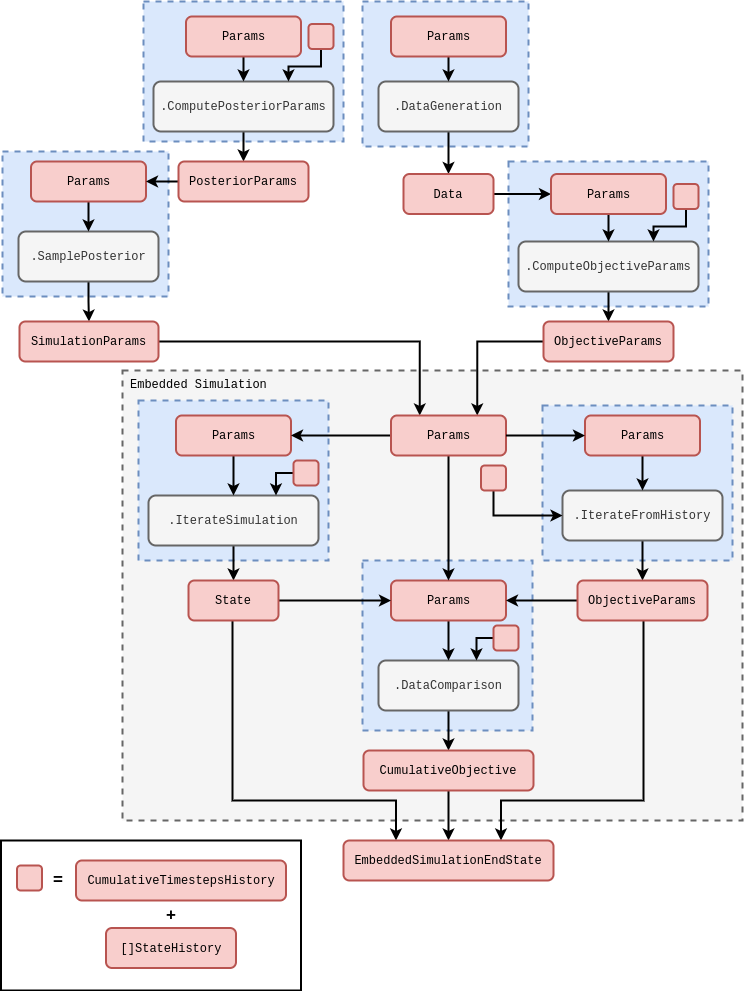
The draw.io diagram assets/stochadexIII/stochadexIII-simulation-inference-code.drawio.png in umbralcalc/umbralcalc.github.io, before a commit. Source tidied: cells renumbered, new cells last; positions are measured from the earlier drawing's top-left corner, leaving out a move shared by most shapes.
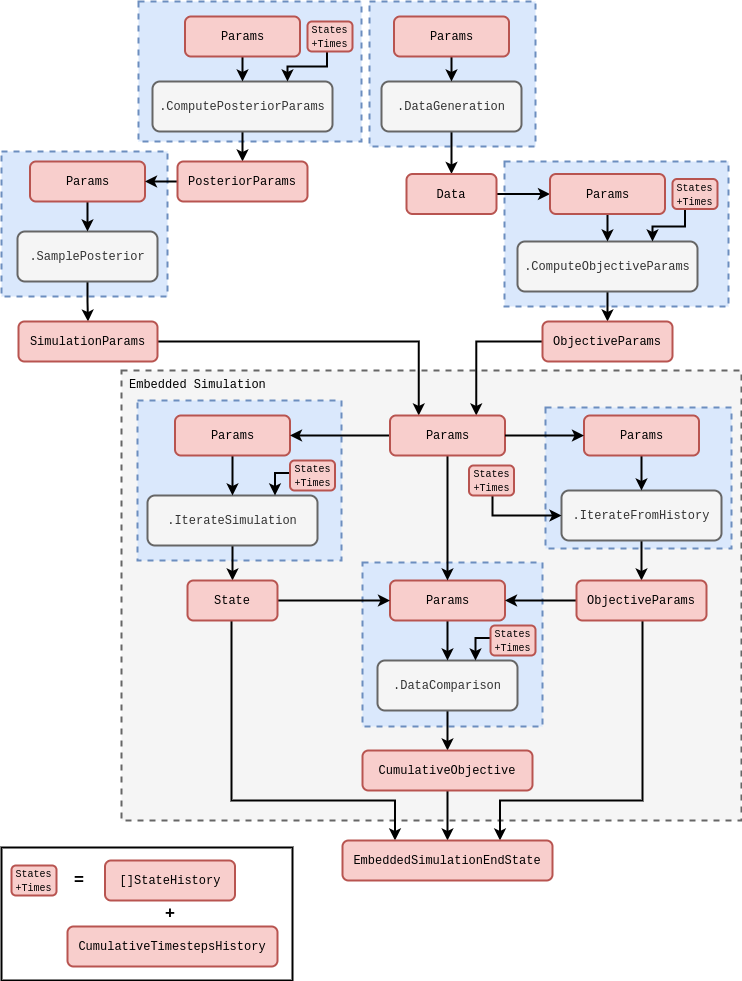
After the commit.

The edit, as a diff of the source:
```diff
@@ -6,31 +6,31 @@
       <mxGeometry x="122" y="369" width="620" height="450" as="geometry" />
     </mxCell>
     <mxCell id="3" style="rounded=0;whiteSpace=wrap;html=1;strokeWidth=2;" parent="1" vertex="1">
-      <mxGeometry x="0.5" y="839" width="300" height="150" as="geometry" />
+      <mxGeometry x="2" y="846" width="291" height="133" as="geometry" />
     </mxCell>
     <mxCell id="4" style="rounded=0;whiteSpace=wrap;html=1;dashed=1;strokeWidth=2;fillColor=#dae8fc;strokeColor=#6c8ebf;" parent="1" vertex="1">
-      <mxGeometry x="138" y="399" width="190" height="160" as="geometry" />
+      <mxGeometry x="138" y="399" width="204" height="160" as="geometry" />
     </mxCell>
     <mxCell id="5" style="rounded=0;whiteSpace=wrap;html=1;dashed=1;strokeWidth=2;fillColor=#dae8fc;strokeColor=#6c8ebf;" parent="1" vertex="1">
-      <mxGeometry x="362" width="166" height="145" as="geometry" />
+      <mxGeometry x="370" width="166" height="145" as="geometry" />
     </mxCell>
     <mxCell id="6" style="rounded=0;whiteSpace=wrap;html=1;dashed=1;strokeWidth=2;fillColor=#dae8fc;strokeColor=#6c8ebf;" parent="1" vertex="1">
-      <mxGeometry x="508" y="160" width="200" height="145" as="geometry" />
+      <mxGeometry x="505" y="160" width="224" height="145" as="geometry" />
     </mxCell>
     <mxCell id="7" style="rounded=0;whiteSpace=wrap;html=1;dashed=1;strokeWidth=2;fillColor=#dae8fc;strokeColor=#6c8ebf;" parent="1" vertex="1">
-      <mxGeometry x="362" y="559" width="170" height="170" as="geometry" />
+      <mxGeometry x="363" y="561" width="180" height="164" as="geometry" />
     </mxCell>
     <mxCell id="8" style="edgeStyle=orthogonalEdgeStyle;rounded=0;jettySize=auto;html=1;strokeWidth=2;" parent="1" edge="1" source="9" target="11">
       <mxGeometry relative="1" as="geometry" />
     </mxCell>
     <mxCell id="9" value="&lt;font face=&quot;Courier New&quot;&gt;.DataGeneration&lt;/font&gt;" style="rounded=1;whiteSpace=wrap;html=1;strokeWidth=2;fillColor=#f5f5f5;fontColor=#333333;strokeColor=#666666;" parent="1" vertex="1">
-      <mxGeometry x="378" y="80" width="140" height="50" as="geometry" />
+      <mxGeometry x="382" y="80" width="140" height="50" as="geometry" />
     </mxCell>
     <mxCell id="10" style="edgeStyle=orthogonalEdgeStyle;rounded=0;jettySize=auto;html=1;entryX=0;entryY=0.5;entryDx=0;entryDy=0;strokeWidth=2;" parent="1" edge="1" source="11" target="20">
       <mxGeometry relative="1" as="geometry" />
     </mxCell>
     <mxCell id="11" value="&lt;font face=&quot;Courier New&quot;&gt;Data&lt;/font&gt;" style="rounded=1;whiteSpace=wrap;html=1;strokeWidth=2;fillColor=#f8cecc;strokeColor=#b85450;" parent="1" vertex="1">
-      <mxGeometry x="403" y="172.5" width="90" height="40" as="geometry" />
+      <mxGeometry x="407" y="172.5" width="90" height="40" as="geometry" />
     </mxCell>
     <mxCell id="12" style="edgeStyle=orthogonalEdgeStyle;rounded=0;jettySize=auto;html=1;entryX=0.5;entryY=0;entryDx=0;entryDy=0;strokeWidth=2;" parent="1" edge="1" source="13" target="31">
       <mxGeometry relative="1" as="geometry" />
@@ -87,7 +87,7 @@
       <mxGeometry relative="1" as="geometry" />
     </mxCell>
     <mxCell id="27" value="&lt;font face=&quot;Courier New&quot;&gt;Params&lt;/font&gt;" style="rounded=1;whiteSpace=wrap;html=1;strokeWidth=2;fillColor=#f8cecc;strokeColor=#b85450;" parent="1" vertex="1">
-      <mxGeometry x="390.5" y="15" width="115" height="40" as="geometry" />
+      <mxGeometry x="394.5" y="15" width="115" height="40" as="geometry" />
     </mxCell>
     <mxCell id="28" style="edgeStyle=orthogonalEdgeStyle;rounded=0;jettySize=auto;html=1;strokeWidth=2;" parent="1" edge="1" source="29" target="22">
       <mxGeometry relative="1" as="geometry" />
@@ -104,27 +104,23 @@
     <mxCell id="32" value="&lt;font face=&quot;Courier New&quot;&gt;ObjectiveParams&lt;/font&gt;" style="rounded=1;whiteSpace=wrap;html=1;strokeWidth=2;fillColor=#f8cecc;strokeColor=#b85450;" parent="1" vertex="1">
       <mxGeometry x="543" y="320" width="130" height="40" as="geometry" />
     </mxCell>
-    <mxCell id="33" style="edgeStyle=orthogonalEdgeStyle;rounded=0;jettySize=auto;html=1;entryX=0.75;entryY=0;entryDx=0;entryDy=0;strokeWidth=2;exitX=0;exitY=0.5;exitDx=0;exitDy=0;" parent="1" edge="1" source="34" target="22">
+    <mxCell id="33" style="edgeStyle=orthogonalEdgeStyle;rounded=0;jettySize=auto;html=1;entryX=0.75;entryY=0;entryDx=0;entryDy=0;strokeWidth=2;exitX=0;exitY=0.5;exitDx=0;exitDy=0;" parent="1" edge="1" target="22">
       <mxGeometry relative="1" as="geometry">
+        <mxPoint x="293" y="471.5" as="sourcePoint" />
         <Array as="points">
           <mxPoint x="276" y="472" />
         </Array>
       </mxGeometry>
     </mxCell>
-    <mxCell id="34" style="rounded=1;whiteSpace=wrap;html=1;strokeWidth=2;fillColor=#f8cecc;strokeColor=#b85450;" parent="1" vertex="1">
-      <mxGeometry x="293" y="459" width="25" height="25" as="geometry" />
-    </mxCell>
-    <mxCell id="35" style="edgeStyle=orthogonalEdgeStyle;rounded=0;jettySize=auto;html=1;entryX=0.75;entryY=0;entryDx=0;entryDy=0;strokeWidth=2;" parent="1" edge="1" source="36" target="18">
+    <mxCell id="35" style="edgeStyle=orthogonalEdgeStyle;rounded=0;jettySize=auto;html=1;entryX=0.75;entryY=0;entryDx=0;entryDy=0;strokeWidth=2;" parent="1" edge="1" target="18">
       <mxGeometry relative="1" as="geometry">
+        <mxPoint x="685.5" y="207.5" as="sourcePoint" />
         <Array as="points">
           <mxPoint x="686" y="225" />
           <mxPoint x="653" y="225" />
         </Array>
       </mxGeometry>
     </mxCell>
-    <mxCell id="36" style="rounded=1;whiteSpace=wrap;html=1;strokeWidth=2;fillColor=#f8cecc;strokeColor=#b85450;" parent="1" vertex="1">
-      <mxGeometry x="673" y="182.5" width="25" height="25" as="geometry" />
-    </mxCell>
     <mxCell id="37" style="rounded=0;whiteSpace=wrap;html=1;dashed=1;strokeWidth=2;fillColor=#dae8fc;strokeColor=#6c8ebf;" parent="1" vertex="1">
       <mxGeometry x="2" y="150" width="166" height="145" as="geometry" />
     </mxCell>
@@ -147,22 +143,19 @@
       <mxGeometry x="30.5" y="160" width="115" height="40" as="geometry" />
     </mxCell>
     <mxCell id="44" value="&lt;font face=&quot;Courier New&quot;&gt;[]StateHistory&lt;/font&gt;" style="rounded=1;whiteSpace=wrap;html=1;strokeWidth=2;fillColor=#f8cecc;strokeColor=#b85450;" parent="1" vertex="1">
-      <mxGeometry x="105.5" y="926.5" width="130" height="40" as="geometry" />
+      <mxGeometry x="105.5" y="859" width="130" height="40" as="geometry" />
     </mxCell>
     <mxCell id="45" value="&lt;font face=&quot;Courier New&quot;&gt;CumulativeTimestepsHistory&lt;/font&gt;" style="rounded=1;whiteSpace=wrap;html=1;strokeWidth=2;fillColor=#f8cecc;strokeColor=#b85450;" parent="1" vertex="1">
-      <mxGeometry x="75.5" y="859" width="210" height="40" as="geometry" />
+      <mxGeometry x="68" y="925" width="210" height="40" as="geometry" />
     </mxCell>
-    <mxCell id="46" style="rounded=1;whiteSpace=wrap;html=1;strokeWidth=2;fillColor=#f8cecc;strokeColor=#b85450;" parent="1" vertex="1">
-      <mxGeometry x="16.5" y="864" width="25" height="25" as="geometry" />
-    </mxCell>
     <mxCell id="47" value="&lt;b&gt;&lt;font style=&quot;font-size: 17px;&quot;&gt;=&lt;/font&gt;&lt;/b&gt;" style="text;html=1;align=center;verticalAlign=middle;whiteSpace=wrap;rounded=0;" parent="1" vertex="1">
-      <mxGeometry x="45.5" y="864" width="24" height="30" as="geometry" />
+      <mxGeometry x="68" y="864" width="24" height="30" as="geometry" />
     </mxCell>
     <mxCell id="48" value="&lt;b&gt;&lt;font style=&quot;font-size: 17px;&quot;&gt;+&lt;/font&gt;&lt;/b&gt;" style="text;html=1;align=center;verticalAlign=middle;whiteSpace=wrap;rounded=0;" parent="1" vertex="1">
-      <mxGeometry x="140.5" y="899" width="60" height="30" as="geometry" />
+      <mxGeometry x="140.5" y="897" width="60" height="30" as="geometry" />
     </mxCell>
     <mxCell id="49" style="rounded=0;whiteSpace=wrap;html=1;dashed=1;strokeWidth=2;fillColor=#dae8fc;strokeColor=#6c8ebf;" parent="1" vertex="1">
-      <mxGeometry x="143" width="200" height="140" as="geometry" />
+      <mxGeometry x="139" width="223" height="140" as="geometry" />
     </mxCell>
     <mxCell id="50" style="edgeStyle=orthogonalEdgeStyle;rounded=0;jettySize=auto;html=1;strokeWidth=2;" parent="1" edge="1" source="51" target="55">
       <mxGeometry relative="1" as="geometry" />
@@ -182,28 +175,24 @@
     <mxCell id="55" value="&lt;font face=&quot;Courier New&quot;&gt;PosteriorParams&lt;/font&gt;" style="rounded=1;whiteSpace=wrap;html=1;strokeWidth=2;fillColor=#f8cecc;strokeColor=#b85450;" parent="1" vertex="1">
       <mxGeometry x="178" y="160" width="130" height="40" as="geometry" />
     </mxCell>
-    <mxCell id="56" style="edgeStyle=orthogonalEdgeStyle;rounded=0;jettySize=auto;html=1;entryX=0.75;entryY=0;entryDx=0;entryDy=0;strokeWidth=2;" parent="1" edge="1" source="57" target="51">
+    <mxCell id="56" style="edgeStyle=orthogonalEdgeStyle;rounded=0;jettySize=auto;html=1;entryX=0.75;entryY=0;entryDx=0;entryDy=0;strokeWidth=2;exitX=0.5;exitY=1;exitDx=0;exitDy=0;" parent="1" edge="1" target="51">
       <mxGeometry relative="1" as="geometry">
+        <mxPoint x="327.5" y="50" as="sourcePoint" />
         <Array as="points">
-          <mxPoint x="321" y="65" />
+          <mxPoint x="328" y="65" />
           <mxPoint x="288" y="65" />
         </Array>
       </mxGeometry>
     </mxCell>
-    <mxCell id="57" style="rounded=1;whiteSpace=wrap;html=1;strokeWidth=2;fillColor=#f8cecc;strokeColor=#b85450;" parent="1" vertex="1">
-      <mxGeometry x="308" y="22.5" width="25" height="25" as="geometry" />
-    </mxCell>
-    <mxCell id="58" style="edgeStyle=orthogonalEdgeStyle;rounded=0;jettySize=auto;html=1;entryX=0.75;entryY=0;entryDx=0;entryDy=0;strokeWidth=2;exitX=0;exitY=0.5;exitDx=0;exitDy=0;" parent="1" edge="1" source="59">
+    <mxCell id="58" style="edgeStyle=orthogonalEdgeStyle;rounded=0;orthogonalLoop=1;jettySize=auto;html=1;entryX=0.75;entryY=0;entryDx=0;entryDy=0;strokeWidth=2;exitX=0;exitY=0.5;exitDx=0;exitDy=0;" parent="1" edge="1">
       <mxGeometry relative="1" as="geometry">
+        <mxPoint x="493" y="636.5" as="sourcePoint" />
         <mxPoint x="476" y="659" as="targetPoint" />
         <Array as="points">
           <mxPoint x="476" y="637" />
         </Array>
       </mxGeometry>
     </mxCell>
-    <mxCell id="59" style="rounded=1;whiteSpace=wrap;html=1;strokeWidth=2;fillColor=#f8cecc;strokeColor=#b85450;" parent="1" vertex="1">
-      <mxGeometry x="493" y="624" width="25" height="25" as="geometry" />
-    </mxCell>
     <mxCell id="60" style="edgeStyle=orthogonalEdgeStyle;rounded=0;jettySize=auto;html=1;entryX=1;entryY=0.5;entryDx=0;entryDy=0;strokeWidth=2;" parent="1" edge="1" source="62" target="29">
       <mxGeometry relative="1" as="geometry" />
     </mxCell>
@@ -214,7 +203,7 @@
       <mxGeometry x="390.5" y="414" width="115" height="40" as="geometry" />
     </mxCell>
     <mxCell id="63" style="rounded=0;whiteSpace=wrap;html=1;dashed=1;strokeWidth=2;fillColor=#dae8fc;strokeColor=#6c8ebf;" parent="1" vertex="1">
-      <mxGeometry x="542" y="404" width="190" height="155" as="geometry" />
+      <mxGeometry x="546" y="406" width="186" height="141" as="geometry" />
     </mxCell>
     <mxCell id="64" style="edgeStyle=orthogonalEdgeStyle;rounded=0;jettySize=auto;html=1;strokeWidth=2;" parent="1" edge="1" source="65" target="70">
       <mxGeometry relative="1" as="geometry" />
@@ -242,16 +231,14 @@
     <mxCell id="70" value="&lt;span style=&quot;font-family: &amp;quot;Courier New&amp;quot;;&quot;&gt;ObjectiveParams&lt;/span&gt;" style="rounded=1;whiteSpace=wrap;html=1;strokeWidth=2;fillColor=#f8cecc;strokeColor=#b85450;" parent="1" vertex="1">
       <mxGeometry x="577" y="579" width="130" height="40" as="geometry" />
     </mxCell>
-    <mxCell id="71" style="edgeStyle=orthogonalEdgeStyle;rounded=0;jettySize=auto;html=1;entryX=0;entryY=0.5;entryDx=0;entryDy=0;strokeWidth=2;" parent="1" edge="1" source="72" target="65">
+    <mxCell id="71" style="edgeStyle=orthogonalEdgeStyle;rounded=0;jettySize=auto;html=1;entryX=0;entryY=0.5;entryDx=0;entryDy=0;strokeWidth=2;" parent="1" edge="1" target="65">
       <mxGeometry relative="1" as="geometry">
+        <mxPoint x="493" y="489" as="sourcePoint" />
         <Array as="points">
           <mxPoint x="493" y="514" />
         </Array>
       </mxGeometry>
     </mxCell>
-    <mxCell id="72" style="rounded=1;whiteSpace=wrap;html=1;strokeWidth=2;fillColor=#f8cecc;strokeColor=#b85450;" parent="1" vertex="1">
-      <mxGeometry x="480.5" y="464" width="25" height="25" as="geometry" />
-    </mxCell>
     <mxCell id="73" style="edgeStyle=orthogonalEdgeStyle;rounded=0;jettySize=auto;html=1;entryX=0;entryY=0.5;entryDx=0;entryDy=0;strokeWidth=2;" parent="1" edge="1" source="62" target="67">
       <mxGeometry relative="1" as="geometry" />
     </mxCell>
@@ -261,5 +248,23 @@
     <mxCell id="75" value="&lt;span style=&quot;font-family: &amp;quot;Courier New&amp;quot;; font-size: 12px; font-style: normal; font-variant-ligatures: normal; font-variant-caps: normal; letter-spacing: normal; orphans: 2; text-align: center; text-indent: 0px; text-transform: none; widows: 2; word-spacing: 0px; -webkit-text-stroke-width: 0px; white-space: normal; text-decoration-thickness: initial; text-decoration-style: initial; text-decoration-color: initial; float: none; display: inline !important;&quot;&gt;Embedded Simulation&lt;/span&gt;" style="text;whiteSpace=wrap;html=1;" parent="1" vertex="1">
       <mxGeometry x="127.5" y="369" width="160" height="29" as="geometry" />
     </mxCell>
+    <mxCell id="76" value="&lt;div style=&quot;line-height: 100%;&quot;&gt;&lt;span style=&quot;font-size: 10px; background-color: transparent; color: light-dark(rgb(0, 0, 0), rgb(255, 255, 255));&quot;&gt;&lt;font face=&quot;Courier New&quot;&gt;States&lt;/font&gt;&lt;/span&gt;&lt;div&gt;&lt;font face=&quot;Courier New&quot; style=&quot;line-height: 100%; font-size: 10px;&quot;&gt;&lt;font style=&quot;&quot;&gt;+&lt;/font&gt;&lt;span style=&quot;background-color: transparent; color: light-dark(rgb(0, 0, 0), rgb(255, 255, 255));&quot;&gt;Times&lt;/span&gt;&lt;/font&gt;&lt;/div&gt;&lt;/div&gt;" style="rounded=1;whiteSpace=wrap;html=1;strokeWidth=2;fillColor=#f8cecc;strokeColor=#b85450;" parent="1" vertex="1">
+      <mxGeometry x="12" y="864" width="45" height="30" as="geometry" />
+    </mxCell>
+    <mxCell id="77" value="&lt;div style=&quot;line-height: 100%;&quot;&gt;&lt;span style=&quot;font-size: 10px; background-color: transparent; color: light-dark(rgb(0, 0, 0), rgb(255, 255, 255));&quot;&gt;&lt;font face=&quot;Courier New&quot;&gt;States&lt;/font&gt;&lt;/span&gt;&lt;div&gt;&lt;font face=&quot;Courier New&quot; style=&quot;line-height: 100%; font-size: 10px;&quot;&gt;&lt;font style=&quot;&quot;&gt;+&lt;/font&gt;&lt;span style=&quot;background-color: transparent; color: light-dark(rgb(0, 0, 0), rgb(255, 255, 255));&quot;&gt;Times&lt;/span&gt;&lt;/font&gt;&lt;/div&gt;&lt;/div&gt;" style="rounded=1;whiteSpace=wrap;html=1;strokeWidth=2;fillColor=#f8cecc;strokeColor=#b85450;" parent="1" vertex="1">
+      <mxGeometry x="308" y="20" width="45" height="30" as="geometry" />
+    </mxCell>
+    <mxCell id="78" value="&lt;div style=&quot;line-height: 100%;&quot;&gt;&lt;span style=&quot;font-size: 10px; background-color: transparent; color: light-dark(rgb(0, 0, 0), rgb(255, 255, 255));&quot;&gt;&lt;font face=&quot;Courier New&quot;&gt;States&lt;/font&gt;&lt;/span&gt;&lt;div&gt;&lt;font face=&quot;Courier New&quot; style=&quot;line-height: 100%; font-size: 10px;&quot;&gt;&lt;font style=&quot;&quot;&gt;+&lt;/font&gt;&lt;span style=&quot;background-color: transparent; color: light-dark(rgb(0, 0, 0), rgb(255, 255, 255));&quot;&gt;Times&lt;/span&gt;&lt;/font&gt;&lt;/div&gt;&lt;/div&gt;" style="rounded=1;whiteSpace=wrap;html=1;strokeWidth=2;fillColor=#f8cecc;strokeColor=#b85450;" parent="1" vertex="1">
+      <mxGeometry x="673" y="177.5" width="45" height="30" as="geometry" />
+    </mxCell>
+    <mxCell id="79" value="&lt;div style=&quot;line-height: 100%;&quot;&gt;&lt;span style=&quot;font-size: 10px; background-color: transparent; color: light-dark(rgb(0, 0, 0), rgb(255, 255, 255));&quot;&gt;&lt;font face=&quot;Courier New&quot;&gt;States&lt;/font&gt;&lt;/span&gt;&lt;div&gt;&lt;font face=&quot;Courier New&quot; style=&quot;line-height: 100%; font-size: 10px;&quot;&gt;&lt;font style=&quot;&quot;&gt;+&lt;/font&gt;&lt;span style=&quot;background-color: transparent; color: light-dark(rgb(0, 0, 0), rgb(255, 255, 255));&quot;&gt;Times&lt;/span&gt;&lt;/font&gt;&lt;/div&gt;&lt;/div&gt;" style="rounded=1;whiteSpace=wrap;html=1;strokeWidth=2;fillColor=#f8cecc;strokeColor=#b85450;" parent="1" vertex="1">
+      <mxGeometry x="290.5" y="459" width="45" height="30" as="geometry" />
+    </mxCell>
+    <mxCell id="80" value="&lt;div style=&quot;line-height: 100%;&quot;&gt;&lt;span style=&quot;font-size: 10px; background-color: transparent; color: light-dark(rgb(0, 0, 0), rgb(255, 255, 255));&quot;&gt;&lt;font face=&quot;Courier New&quot;&gt;States&lt;/font&gt;&lt;/span&gt;&lt;div&gt;&lt;font face=&quot;Courier New&quot; style=&quot;line-height: 100%; font-size: 10px;&quot;&gt;&lt;font style=&quot;&quot;&gt;+&lt;/font&gt;&lt;span style=&quot;background-color: transparent; color: light-dark(rgb(0, 0, 0), rgb(255, 255, 255));&quot;&gt;Times&lt;/span&gt;&lt;/font&gt;&lt;/div&gt;&lt;/div&gt;" style="rounded=1;whiteSpace=wrap;html=1;strokeWidth=2;fillColor=#f8cecc;strokeColor=#b85450;" parent="1" vertex="1">
+      <mxGeometry x="469.5" y="464" width="45" height="30" as="geometry" />
+    </mxCell>
+    <mxCell id="81" value="&lt;div style=&quot;line-height: 100%;&quot;&gt;&lt;span style=&quot;font-size: 10px; background-color: transparent; color: light-dark(rgb(0, 0, 0), rgb(255, 255, 255));&quot;&gt;&lt;font face=&quot;Courier New&quot;&gt;States&lt;/font&gt;&lt;/span&gt;&lt;div&gt;&lt;font face=&quot;Courier New&quot; style=&quot;line-height: 100%; font-size: 10px;&quot;&gt;&lt;font style=&quot;&quot;&gt;+&lt;/font&gt;&lt;span style=&quot;background-color: transparent; color: light-dark(rgb(0, 0, 0), rgb(255, 255, 255));&quot;&gt;Times&lt;/span&gt;&lt;/font&gt;&lt;/div&gt;&lt;/div&gt;" style="rounded=1;whiteSpace=wrap;html=1;strokeWidth=2;fillColor=#f8cecc;strokeColor=#b85450;" parent="1" vertex="1">
+      <mxGeometry x="491" y="624" width="45" height="30" as="geometry" />
+    </mxCell>
   </root>
 </mxGraphModel>
```
